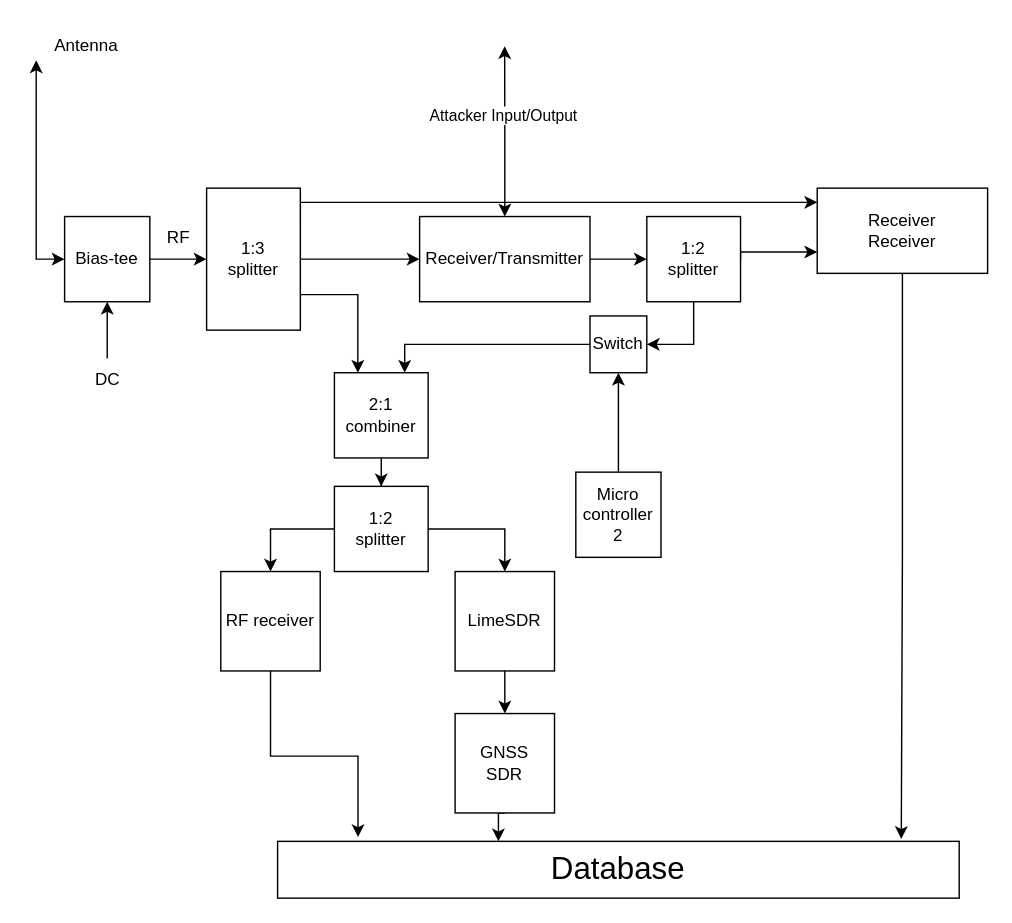
Before: page "Radio Circuit" (3 of 4) of diagrams/GNSS Datalogger Blockdiagram.drawio in torejohansson97/tightly-coupled-gnss-data-logger, a draw.io diagram. Source tidied: cells renumbered, new cells numbered last; positions are measured from the earlier drawing's top-left corner, leaving out a move shared by most shapes. Both pictures are drawn from the tidied source at 142%, with x=0, y=0 at pixel (36, 24).
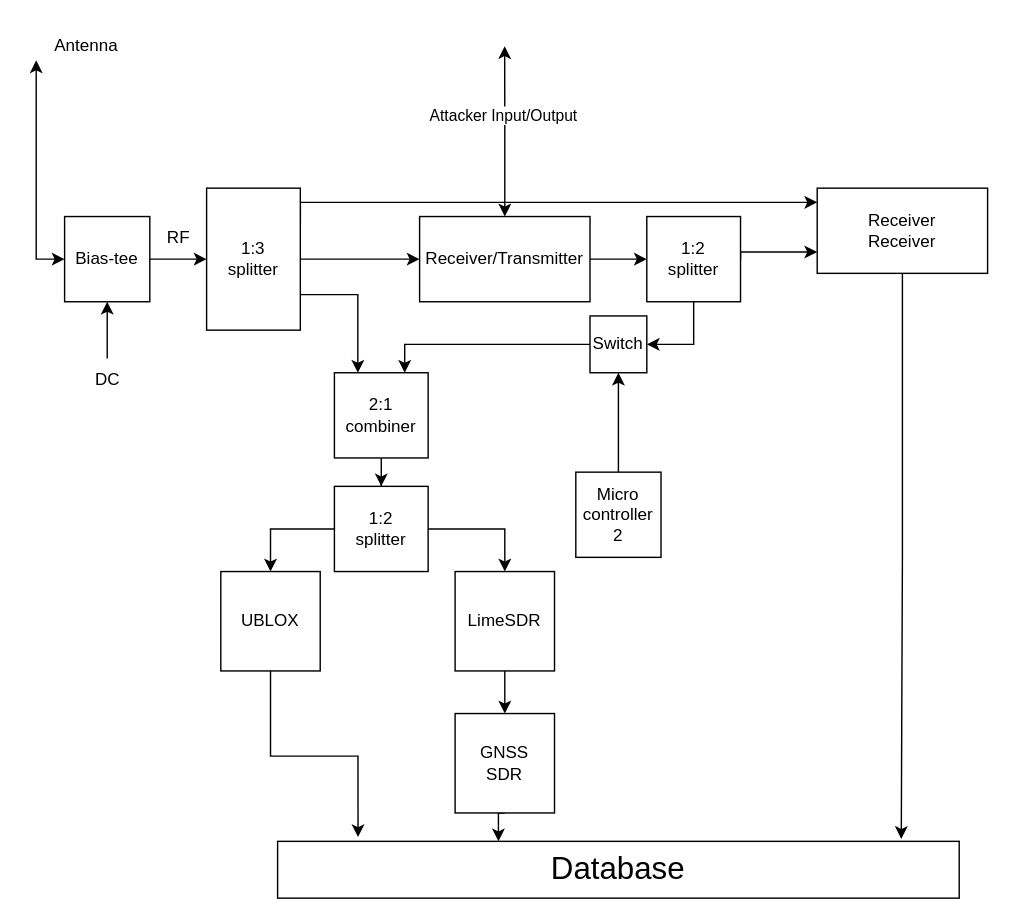
The same diagram, later.

Commit message:
Mettre à jour GNSS Datalogger Blockdiagram.drawio

Change to the diagram source:
```diff
@@
-    <mxCell id="22" value="RF receiver" style="rounded=0;whiteSpace=wrap;html=1;" parent="1" vertex="1">
+    <mxCell id="22" value="UBLOX" style="rounded=0;whiteSpace=wrap;html=1;" parent="1" vertex="1">
       <mxGeometry x="130" y="385" width="70" height="70" as="geometry" />
     </mxCell>
```
